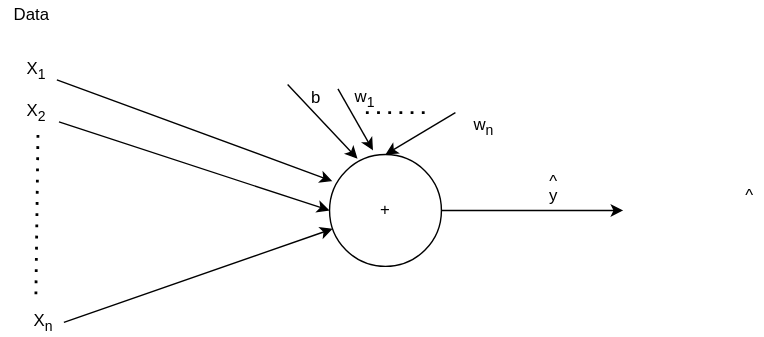
Before: assets/images/supervised/ML-data-network.svg, a diagram exported from draw.io (ronen567/just-the-docs). Source tidied: cells renumbered, new cells last; positions are measured from the earlier drawing's top-left corner, leaving out a move shared by most shapes.
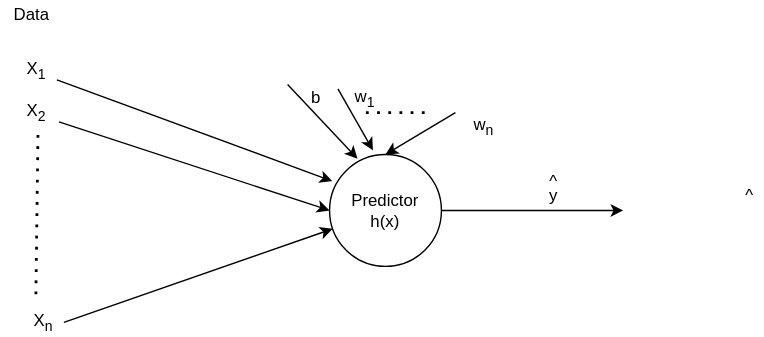
The same diagram one commit later.

The edit, as a diff of the source:
```diff
@@ -2,7 +2,7 @@
   <root>
     <mxCell id="0" />
     <mxCell id="1" parent="0" />
-    <mxCell id="2" value="+" style="ellipse;whiteSpace=wrap;html=1;" parent="1" vertex="1">
+    <mxCell id="2" value="Predictor&lt;br&gt;h(x)" style="ellipse;whiteSpace=wrap;html=1;" parent="1" vertex="1">
       <mxGeometry x="235" y="110" width="80" height="80" as="geometry" />
     </mxCell>
     <mxCell id="3" style="endArrow=classic;html=1;entryX=0.025;entryY=0.238;entryDx=0;entryDy=0;entryPerimeter=0;exitX=1;exitY=0.833;exitDx=0;exitDy=0;exitPerimeter=0;" parent="1" edge="1" source="8" target="2">
```
